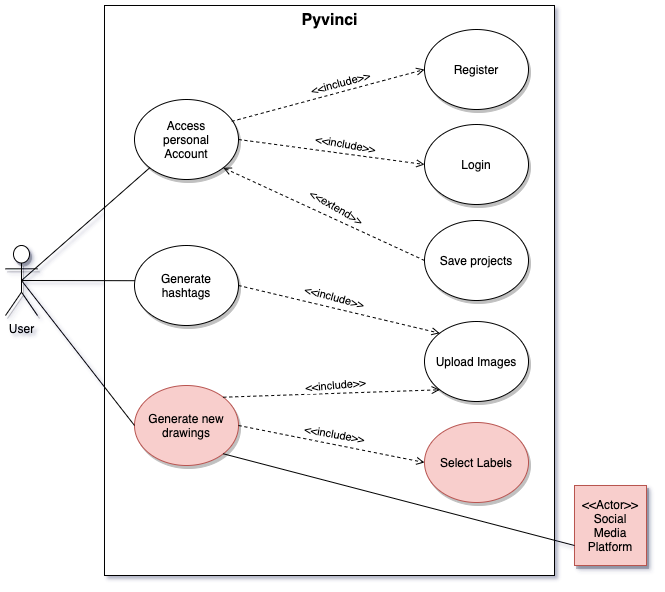
Earlier version of the draw.io export architecture/UML-Diagrams/version-2/UseCaseDiagram-PytorchHackaton.png (santiagonars/pytorch-hackathon). Source tidied: cells renumbered, new cells last; positions are measured from the earlier drawing's top-left corner, leaving out a move shared by most shapes.
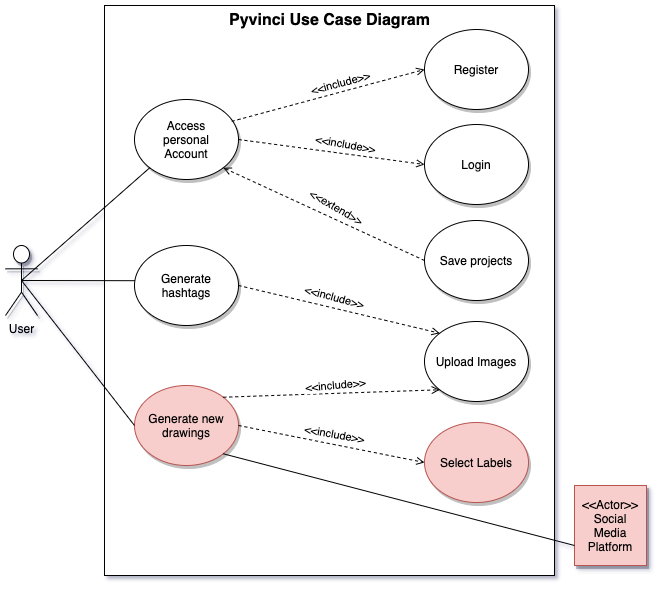
The same diagram one commit later.

Change to the diagram source:
```diff
@@ -26,8 +26,8 @@
     <mxCell id="9" value="Generate new drawings" style="ellipse;whiteSpace=wrap;html=1;shadow=1;fillColor=#f8cecc;strokeColor=#b85450;" parent="1" vertex="1">
       <mxGeometry x="129" y="380" width="104" height="80" as="geometry" />
     </mxCell>
-    <mxCell id="10" value="&lt;b&gt;&lt;font style=&quot;font-size: 16px&quot;&gt;Pyvinci&lt;/font&gt;&lt;/b&gt;" style="text;html=1;strokeColor=none;fillColor=none;align=center;verticalAlign=middle;whiteSpace=wrap;rounded=0;" parent="1" vertex="1">
-      <mxGeometry x="251.5" width="145" height="30" as="geometry" />
+    <mxCell id="10" value="&lt;b&gt;&lt;font style=&quot;font-size: 16px&quot;&gt;Pyvinci Use Case Diagram&lt;/font&gt;&lt;/b&gt;" style="text;html=1;strokeColor=none;fillColor=none;align=center;verticalAlign=middle;whiteSpace=wrap;rounded=0;" parent="1" vertex="1">
+      <mxGeometry x="214.8" width="218.5" height="30" as="geometry" />
     </mxCell>
     <mxCell id="11" style="endArrow=none;html=1;exitX=1;exitY=1;exitDx=0;exitDy=0;entryX=0;entryY=0.75;entryDx=0;entryDy=0;" parent="1" edge="1" source="9" target="6">
       <mxGeometry relative="1" as="geometry" />
```
